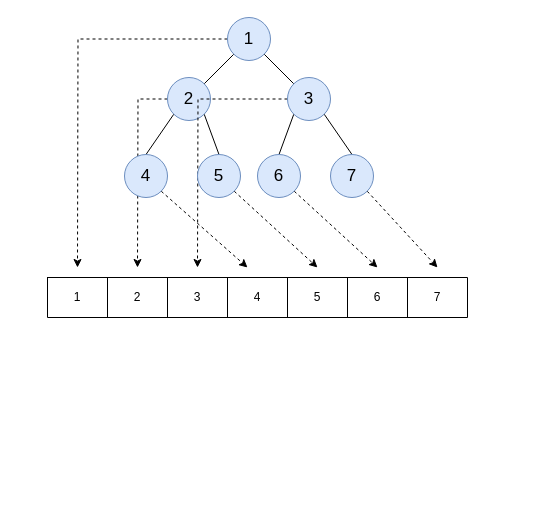
This is page "第 25 页" (25 of 25) of Untitled Diagram.drawio from wujinzhe/course, a draw.io file, before an edit. Source tidied: cells renumbered, new cells numbered last; positions are measured from the earlier drawing's top-left corner, leaving out a move shared by most shapes. Both pictures are drawn from the tidied source at 100%, with x=0, y=0 at pixel (47, 17).
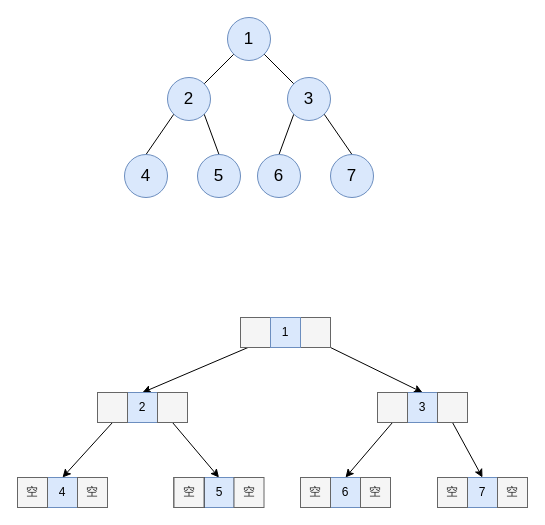
The same diagram, later.

The change refers to these unchanged cells:
```xml
<mxCell id="5" value="&lt;font style=&quot;font-size: 17px;&quot;&gt;&lt;span style=&quot;font-size: 17px;&quot;&gt;1&lt;/span&gt;&lt;/font&gt;" style="ellipse;whiteSpace=wrap;html=1;fillColor=#dae8fc;strokeColor=#6c8ebf;fontStyle=0;fontSize=17;" parent="1" vertex="1">
  <mxGeometry x="180" width="43" height="43" as="geometry" />
</mxCell>
<mxCell id="9" value="&lt;font style=&quot;font-size: 17px;&quot;&gt;&lt;span style=&quot;font-size: 17px;&quot;&gt;2&lt;/span&gt;&lt;/font&gt;" style="ellipse;whiteSpace=wrap;html=1;fillColor=#dae8fc;strokeColor=#6c8ebf;fontStyle=0;fontSize=17;" parent="1" vertex="1">
  <mxGeometry x="120" y="60" width="43" height="43" as="geometry" />
</mxCell>
<mxCell id="13" value="&lt;font style=&quot;font-size: 17px;&quot;&gt;&lt;span style=&quot;font-size: 17px;&quot;&gt;3&lt;/span&gt;&lt;/font&gt;" style="ellipse;whiteSpace=wrap;html=1;fillColor=#dae8fc;strokeColor=#6c8ebf;fontStyle=0;fontSize=17;" parent="1" vertex="1">
  <mxGeometry x="240" y="60" width="43" height="43" as="geometry" />
</mxCell>
<mxCell id="15" value="&lt;font style=&quot;font-size: 17px;&quot;&gt;&lt;span style=&quot;font-size: 17px;&quot;&gt;4&lt;/span&gt;&lt;/font&gt;" style="ellipse;whiteSpace=wrap;html=1;fillColor=#dae8fc;strokeColor=#6c8ebf;fontStyle=0;fontSize=17;" parent="1" vertex="1">
  <mxGeometry x="77" y="137" width="43" height="43" as="geometry" />
</mxCell>
<mxCell id="17" value="&lt;font style=&quot;font-size: 17px;&quot;&gt;&lt;span style=&quot;font-size: 17px;&quot;&gt;5&lt;/span&gt;&lt;/font&gt;" style="ellipse;whiteSpace=wrap;html=1;fillColor=#dae8fc;strokeColor=#6c8ebf;fontStyle=0;fontSize=17;" parent="1" vertex="1">
  <mxGeometry x="150" y="137" width="43" height="43" as="geometry" />
</mxCell>
<mxCell id="19" value="&lt;font style=&quot;font-size: 17px;&quot;&gt;&lt;span style=&quot;font-size: 17px;&quot;&gt;6&lt;/span&gt;&lt;/font&gt;" style="ellipse;whiteSpace=wrap;html=1;fillColor=#dae8fc;strokeColor=#6c8ebf;fontStyle=0;fontSize=17;" parent="1" vertex="1">
  <mxGeometry x="210" y="137" width="43" height="43" as="geometry" />
</mxCell>
<mxCell id="21" value="&lt;font style=&quot;font-size: 17px;&quot;&gt;&lt;span style=&quot;font-size: 17px;&quot;&gt;7&lt;/span&gt;&lt;/font&gt;" style="ellipse;whiteSpace=wrap;html=1;fillColor=#dae8fc;strokeColor=#6c8ebf;fontStyle=0;fontSize=17;" parent="1" vertex="1">
  <mxGeometry x="283" y="137" width="43" height="43" as="geometry" />
</mxCell>
```

What changed in the source:
```diff
@@
-    <mxCell id="4" style="edgeStyle=orthogonalEdgeStyle;rounded=0;jettySize=auto;html=1;exitX=0;exitY=0.5;exitDx=0;exitDy=0;dashed=1;" parent="1" edge="1" source="5">
-      <mxGeometry relative="1" as="geometry">
-        <mxPoint x="30" y="250" as="targetPoint" />
-      </mxGeometry>
-    </mxCell>
@@
-    <mxCell id="8" style="edgeStyle=orthogonalEdgeStyle;rounded=0;jettySize=auto;html=1;exitX=0;exitY=0.5;exitDx=0;exitDy=0;dashed=1;" parent="1" edge="1" source="9">
-      <mxGeometry relative="1" as="geometry">
-        <mxPoint x="90" y="250" as="targetPoint" />
-      </mxGeometry>
-    </mxCell>
@@
-    <mxCell id="12" style="edgeStyle=orthogonalEdgeStyle;rounded=0;jettySize=auto;html=1;exitX=0;exitY=0.5;exitDx=0;exitDy=0;dashed=1;" parent="1" edge="1" source="13">
-      <mxGeometry relative="1" as="geometry">
-        <mxPoint x="150" y="250" as="targetPoint" />
-      </mxGeometry>
-    </mxCell>
@@
-    <mxCell id="14" style="rounded=0;jettySize=auto;html=1;exitX=1;exitY=1;exitDx=0;exitDy=0;dashed=1;" parent="1" edge="1" source="15">
-      <mxGeometry relative="1" as="geometry">
-        <mxPoint x="200" y="250" as="targetPoint" />
-      </mxGeometry>
-    </mxCell>
@@
-    <mxCell id="16" style="rounded=0;jettySize=auto;html=1;exitX=1;exitY=1;exitDx=0;exitDy=0;dashed=1;" parent="1" edge="1" source="17">
-      <mxGeometry relative="1" as="geometry">
-        <mxPoint x="270" y="250" as="targetPoint" />
-      </mxGeometry>
-    </mxCell>
@@
-    <mxCell id="18" style="rounded=0;jettySize=auto;html=1;exitX=1;exitY=1;exitDx=0;exitDy=0;dashed=1;" parent="1" edge="1" source="19">
-      <mxGeometry relative="1" as="geometry">
-        <mxPoint x="330" y="250" as="targetPoint" />
-      </mxGeometry>
-    </mxCell>
@@
-    <mxCell id="20" style="rounded=0;jettySize=auto;html=1;exitX=1;exitY=1;exitDx=0;exitDy=0;dashed=1;" parent="1" edge="1" source="21">
-      <mxGeometry relative="1" as="geometry">
-        <mxPoint x="390" y="250" as="targetPoint" />
-      </mxGeometry>
-    </mxCell>
@@
-    <mxCell id="22" style="shape=table;startSize=0;childLayout=tableLayout;" parent="1" vertex="1">
-      <mxGeometry y="260" width="420" height="40" as="geometry" />
-    </mxCell>
-    <mxCell id="23" style="shape=tableRow;horizontal=0;startSize=0;swimlaneHead=0;swimlaneBody=0;strokeColor=inherit;top=0;left=0;bottom=0;right=0;fillColor=none;" parent="22" vertex="1">
-      <mxGeometry width="420" height="40" as="geometry" />
-    </mxCell>
+    <mxCell id="31" style="rounded=0;whiteSpace=wrap;html=1;" parent="1" vertex="1">
+      <mxGeometry x="193" y="300" width="90" height="30" as="geometry" />
+    </mxCell>
+    <mxCell id="32" style="rounded=0;jettySize=auto;html=1;exitX=0.25;exitY=1;exitDx=0;exitDy=0;entryX=0.5;entryY=0;entryDx=0;entryDy=0;" parent="1" edge="1" source="33" target="25">
+      <mxGeometry relative="1" as="geometry" />
+    </mxCell>
+    <mxCell id="33" style="rounded=0;whiteSpace=wrap;html=1;fillColor=#f5f5f5;strokeColor=#666666;fontColor=#333333;" parent="1" vertex="1">
+      <mxGeometry x="193" y="300" width="30" height="30" as="geometry" />
+    </mxCell>
+    <mxCell id="34" style="edgeStyle=none;shape=connector;rounded=0;jettySize=auto;html=1;exitX=1;exitY=1;exitDx=0;exitDy=0;entryX=0.5;entryY=0;entryDx=0;entryDy=0;labelBackgroundColor=default;strokeColor=default;fontFamily=Helvetica;fontSize=11;fontColor=default;endArrow=classic;" parent="1" edge="1" source="35" target="26">
+      <mxGeometry relative="1" as="geometry" />
+    </mxCell>
+    <mxCell id="35" style="rounded=0;whiteSpace=wrap;html=1;fillColor=#f5f5f5;strokeColor=#666666;fontColor=#333333;" parent="1" vertex="1">
+      <mxGeometry x="253" y="300" width="30" height="30" as="geometry" />
+    </mxCell>
-    <mxCell id="24" value="1" style="shape=partialRectangle;html=1;whiteSpace=wrap;strokeColor=inherit;overflow=hidden;fillColor=none;top=0;left=0;bottom=0;right=0;" parent="23" vertex="1">
-      <mxGeometry width="60" height="40" as="geometry" />
+    <mxCell id="24" value="1" style="rounded=0;whiteSpace=wrap;html=1;fillColor=#dae8fc;strokeColor=#6c8ebf;" parent="1" vertex="1">
+      <mxGeometry x="223" y="300" width="30" height="30" as="geometry" />
     </mxCell>
+    <mxCell id="27" value="4" style="rounded=0;whiteSpace=wrap;html=1;fillColor=#dae8fc;strokeColor=#6c8ebf;" parent="1" vertex="1">
+      <mxGeometry y="460" width="30" height="30" as="geometry" />
+    </mxCell>
+    <mxCell id="36" value="空" style="rounded=0;whiteSpace=wrap;html=1;fillColor=#f5f5f5;strokeColor=#666666;fontColor=#333333;" parent="1" vertex="1">
+      <mxGeometry x="30" y="460" width="30" height="30" as="geometry" />
+    </mxCell>
+    <mxCell id="37" value="空" style="rounded=0;whiteSpace=wrap;html=1;fillColor=#f5f5f5;strokeColor=#666666;fontColor=#333333;" parent="1" vertex="1">
+      <mxGeometry x="-30" y="460" width="30" height="30" as="geometry" />
+    </mxCell>
-    <mxCell id="25" value="2" style="shape=partialRectangle;html=1;whiteSpace=wrap;strokeColor=inherit;overflow=hidden;fillColor=none;top=0;left=0;bottom=0;right=0;" parent="23" vertex="1">
-      <mxGeometry x="60" width="60" height="40" as="geometry" />
+    <mxCell id="25" value="2" style="rounded=0;whiteSpace=wrap;html=1;fillColor=#dae8fc;strokeColor=#6c8ebf;" parent="1" vertex="1">
+      <mxGeometry x="80" y="375" width="30" height="30" as="geometry" />
     </mxCell>
+    <mxCell id="38" style="rounded=0;whiteSpace=wrap;html=1;" parent="1" vertex="1">
+      <mxGeometry x="50" y="375" width="30" height="30" as="geometry" />
+    </mxCell>
+    <mxCell id="39" style="edgeStyle=none;shape=connector;rounded=0;jettySize=auto;html=1;exitX=0.5;exitY=1;exitDx=0;exitDy=0;entryX=0.5;entryY=0;entryDx=0;entryDy=0;labelBackgroundColor=default;strokeColor=default;fontFamily=Helvetica;fontSize=11;fontColor=default;endArrow=classic;" parent="1" edge="1" source="40" target="28">
+      <mxGeometry relative="1" as="geometry" />
+    </mxCell>
+    <mxCell id="40" style="rounded=0;whiteSpace=wrap;html=1;fillColor=#f5f5f5;strokeColor=#666666;fontColor=#333333;" parent="1" vertex="1">
+      <mxGeometry x="110" y="375" width="30" height="30" as="geometry" />
+    </mxCell>
+    <mxCell id="41" style="edgeStyle=none;shape=connector;rounded=0;jettySize=auto;html=1;exitX=0.5;exitY=1;exitDx=0;exitDy=0;entryX=0.5;entryY=0;entryDx=0;entryDy=0;labelBackgroundColor=default;strokeColor=default;fontFamily=Helvetica;fontSize=11;fontColor=default;endArrow=classic;" parent="1" edge="1" source="42" target="27">
+      <mxGeometry relative="1" as="geometry" />
+    </mxCell>
+    <mxCell id="42" style="rounded=0;whiteSpace=wrap;html=1;fillColor=#f5f5f5;strokeColor=#666666;fontColor=#333333;" parent="1" vertex="1">
+      <mxGeometry x="50" y="375" width="30" height="30" as="geometry" />
+    </mxCell>
-    <mxCell id="26" value="3" style="shape=partialRectangle;html=1;whiteSpace=wrap;strokeColor=inherit;overflow=hidden;fillColor=none;top=0;left=0;bottom=0;right=0;" parent="23" vertex="1">
-      <mxGeometry x="120" width="60" height="40" as="geometry" />
+    <mxCell id="26" value="3" style="rounded=0;whiteSpace=wrap;html=1;fillColor=#dae8fc;strokeColor=#6c8ebf;" parent="1" vertex="1">
+      <mxGeometry x="360" y="375" width="30" height="30" as="geometry" />
     </mxCell>
-    <mxCell id="27" value="4" style="shape=partialRectangle;html=1;whiteSpace=wrap;strokeColor=inherit;overflow=hidden;fillColor=none;top=0;left=0;bottom=0;right=0;" parent="23" vertex="1">
-      <mxGeometry x="180" width="60" height="40" as="geometry" />
-    </mxCell>
+    <mxCell id="43" style="rounded=0;whiteSpace=wrap;html=1;" parent="1" vertex="1">
+      <mxGeometry x="330" y="375" width="30" height="30" as="geometry" />
+    </mxCell>
+    <mxCell id="44" style="edgeStyle=none;shape=connector;rounded=0;jettySize=auto;html=1;exitX=0.5;exitY=1;exitDx=0;exitDy=0;entryX=0.5;entryY=0;entryDx=0;entryDy=0;labelBackgroundColor=default;strokeColor=default;fontFamily=Helvetica;fontSize=11;fontColor=default;endArrow=classic;" parent="1" edge="1" source="45" target="30">
+      <mxGeometry relative="1" as="geometry" />
+    </mxCell>
+    <mxCell id="45" style="rounded=0;whiteSpace=wrap;html=1;fillColor=#f5f5f5;strokeColor=#666666;fontColor=#333333;" parent="1" vertex="1">
+      <mxGeometry x="390" y="375" width="30" height="30" as="geometry" />
+    </mxCell>
+    <mxCell id="46" style="edgeStyle=none;shape=connector;rounded=0;jettySize=auto;html=1;exitX=0.5;exitY=1;exitDx=0;exitDy=0;entryX=0.5;entryY=0;entryDx=0;entryDy=0;labelBackgroundColor=default;strokeColor=default;fontFamily=Helvetica;fontSize=11;fontColor=default;endArrow=classic;" parent="1" edge="1" source="47" target="29">
+      <mxGeometry relative="1" as="geometry" />
+    </mxCell>
+    <mxCell id="47" style="rounded=0;whiteSpace=wrap;html=1;fillColor=#f5f5f5;strokeColor=#666666;fontColor=#333333;" parent="1" vertex="1">
+      <mxGeometry x="330" y="375" width="30" height="30" as="geometry" />
+    </mxCell>
-    <mxCell id="28" value="5" style="shape=partialRectangle;html=1;whiteSpace=wrap;strokeColor=inherit;overflow=hidden;fillColor=none;top=0;left=0;bottom=0;right=0;" parent="23" vertex="1">
-      <mxGeometry x="240" width="60" height="40" as="geometry" />
+    <mxCell id="28" value="5" style="rounded=0;whiteSpace=wrap;html=1;fillColor=#dae8fc;strokeColor=#6c8ebf;" parent="1" vertex="1">
+      <mxGeometry x="156.5" y="460" width="30" height="30" as="geometry" />
     </mxCell>
+    <mxCell id="48" style="rounded=0;whiteSpace=wrap;html=1;" parent="1" vertex="1">
+      <mxGeometry x="126.5" y="460" width="30" height="30" as="geometry" />
+    </mxCell>
+    <mxCell id="49" value="空" style="rounded=0;whiteSpace=wrap;html=1;fillColor=#f5f5f5;fontColor=#333333;strokeColor=#666666;" parent="1" vertex="1">
+      <mxGeometry x="186.5" y="460" width="30" height="30" as="geometry" />
+    </mxCell>
+    <mxCell id="50" value="空" style="rounded=0;whiteSpace=wrap;html=1;fillColor=#f5f5f5;fontColor=#333333;strokeColor=#666666;" parent="1" vertex="1">
+      <mxGeometry x="126.5" y="460" width="30" height="30" as="geometry" />
+    </mxCell>
-    <mxCell id="29" value="6" style="shape=partialRectangle;html=1;whiteSpace=wrap;strokeColor=inherit;overflow=hidden;fillColor=none;top=0;left=0;bottom=0;right=0;" parent="23" vertex="1">
-      <mxGeometry x="300" width="60" height="40" as="geometry" />
+    <mxCell id="29" value="6" style="rounded=0;whiteSpace=wrap;html=1;fillColor=#dae8fc;strokeColor=#6c8ebf;" parent="1" vertex="1">
+      <mxGeometry x="283" y="460" width="30" height="30" as="geometry" />
     </mxCell>
+    <mxCell id="51" style="rounded=0;whiteSpace=wrap;html=1;" parent="1" vertex="1">
+      <mxGeometry x="253" y="460" width="30" height="30" as="geometry" />
+    </mxCell>
+    <mxCell id="52" value="空" style="rounded=0;whiteSpace=wrap;html=1;fillColor=#f5f5f5;fontColor=#333333;strokeColor=#666666;" parent="1" vertex="1">
+      <mxGeometry x="313" y="460" width="30" height="30" as="geometry" />
+    </mxCell>
+    <mxCell id="53" value="空" style="rounded=0;whiteSpace=wrap;html=1;fillColor=#f5f5f5;fontColor=#333333;strokeColor=#666666;" parent="1" vertex="1">
+      <mxGeometry x="253" y="460" width="30" height="30" as="geometry" />
+    </mxCell>
-    <mxCell id="30" value="7" style="shape=partialRectangle;html=1;whiteSpace=wrap;strokeColor=inherit;overflow=hidden;fillColor=none;top=0;left=0;bottom=0;right=0;" parent="23" vertex="1">
-      <mxGeometry x="360" width="60" height="40" as="geometry" />
+    <mxCell id="30" value="7" style="rounded=0;whiteSpace=wrap;html=1;fillColor=#dae8fc;strokeColor=#6c8ebf;" parent="1" vertex="1">
+      <mxGeometry x="420" y="460" width="30" height="30" as="geometry" />
     </mxCell>
+    <mxCell id="54" style="rounded=0;whiteSpace=wrap;html=1;" parent="1" vertex="1">
+      <mxGeometry x="390" y="460" width="30" height="30" as="geometry" />
+    </mxCell>
+    <mxCell id="55" value="空" style="rounded=0;whiteSpace=wrap;html=1;fillColor=#f5f5f5;fontColor=#333333;strokeColor=#666666;" parent="1" vertex="1">
+      <mxGeometry x="450" y="460" width="30" height="30" as="geometry" />
+    </mxCell>
+    <mxCell id="56" value="空" style="rounded=0;whiteSpace=wrap;html=1;fillColor=#f5f5f5;fontColor=#333333;strokeColor=#666666;" parent="1" vertex="1">
+      <mxGeometry x="390" y="460" width="30" height="30" as="geometry" />
+    </mxCell>
```
